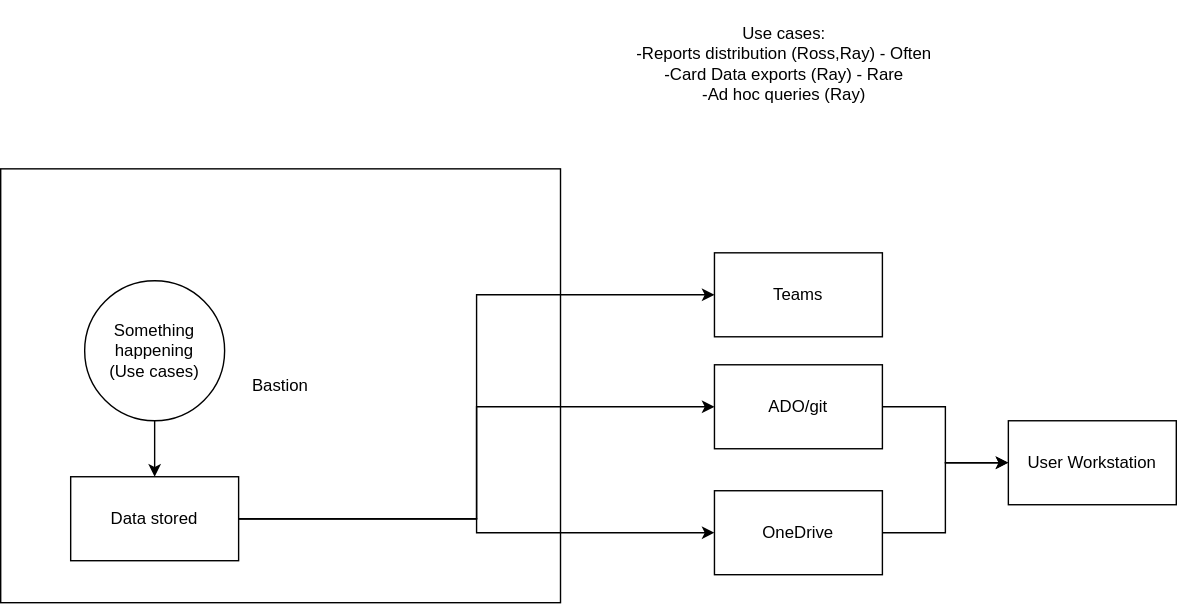
vjavle/invoicecloud keeps this draw.io diagram as SharedData.svg. Above is the earlier version. Source tidied: cells renumbered, new cells last; positions are measured from the earlier drawing's top-left corner, leaving out a move shared by most shapes.
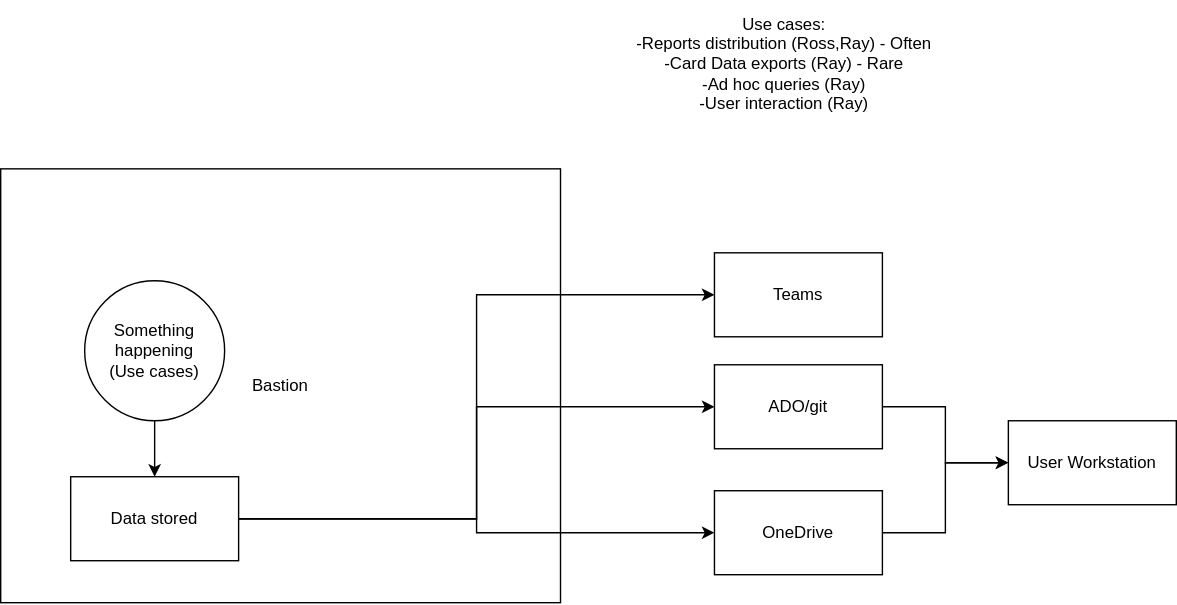
Later version of the same file.

Diff of the diagram source:
```diff
@@ -41,7 +41,7 @@
     <mxCell id="14" value="Teams" style="rounded=0;whiteSpace=wrap;html=1;" parent="1" vertex="1">
       <mxGeometry x="510" y="180" width="120" height="60" as="geometry" />
     </mxCell>
-    <mxCell id="15" value="Use cases:&lt;br&gt;-Reports distribution (Ross,Ray) - Often&lt;br&gt;-Card Data exports (Ray) - Rare&lt;br&gt;-Ad hoc queries (Ray)" style="text;html=1;strokeColor=none;fillColor=none;align=center;verticalAlign=middle;whiteSpace=wrap;rounded=0;" parent="1" vertex="1">
+    <mxCell id="15" value="Use cases:&lt;br&gt;-Reports distribution (Ross,Ray) - Often&lt;br&gt;-Card Data exports (Ray) - Rare&lt;br&gt;-Ad hoc queries (Ray)&lt;br&gt;-User interaction (Ray)" style="text;html=1;strokeColor=none;fillColor=none;align=center;verticalAlign=middle;whiteSpace=wrap;rounded=0;" parent="1" vertex="1">
       <mxGeometry x="410" width="300" height="90" as="geometry" />
     </mxCell>
   </root>
```
